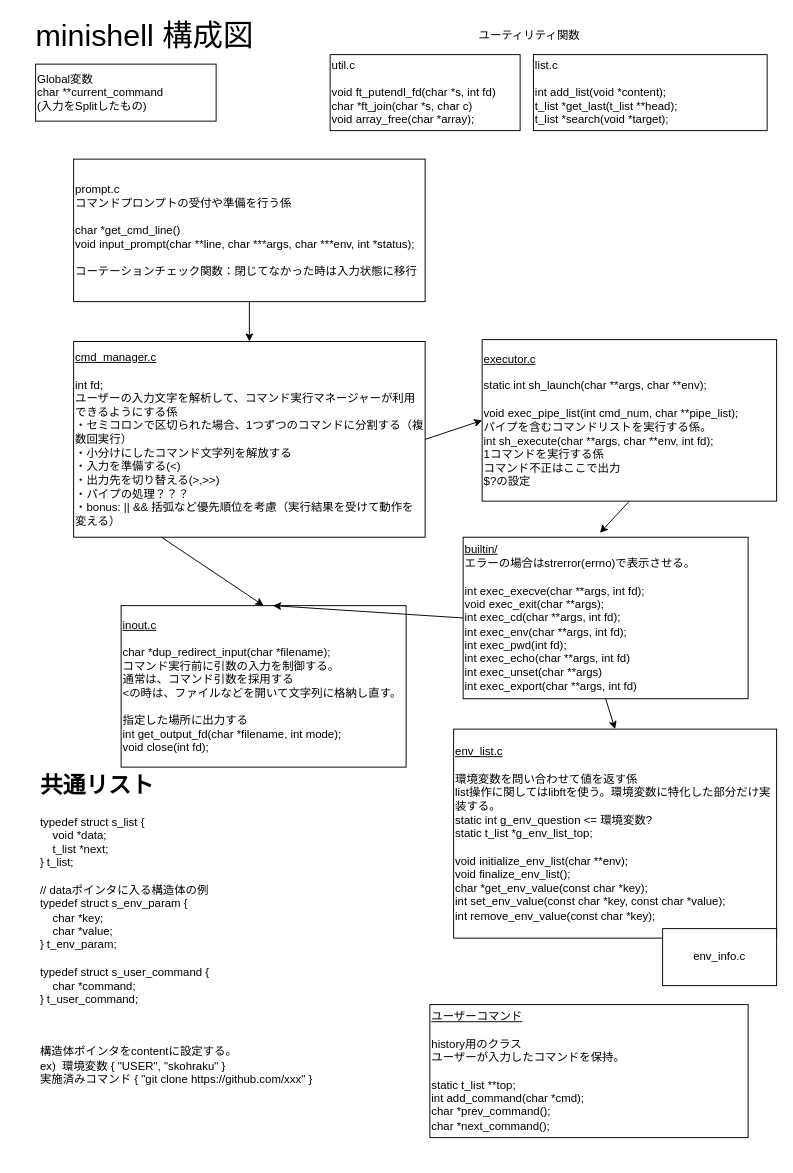
This is page "構成図" (1 of 3) of diagram.drawio from Toshiki-Nakamura/minishell, a draw.io file, before an edit. Source tidied: cells renumbered, new cells numbered last; positions are measured from the earlier drawing's top-left corner, leaving out a move shared by most shapes. Both pictures are drawn from the tidied source at 95%, with x=0, y=0 at pixel (16, 16).
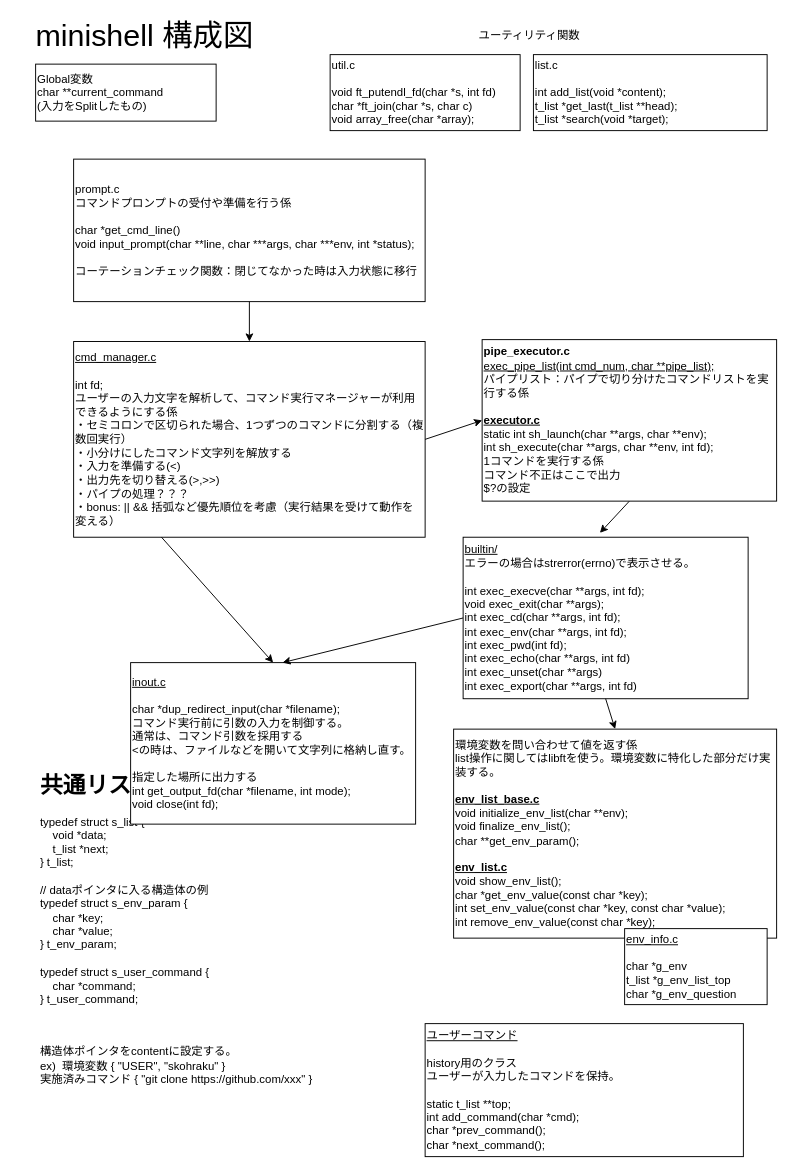
The same diagram, later.

Commit message (it also covers changes not shown here):
add pipe command operation

The edit, as a diff of the source:
```diff
@@
-    <mxCell id="9" value="&lt;u&gt;env_list.c&lt;br&gt;&lt;/u&gt;&lt;br&gt;環境変数を問い合わせて値を返す係&lt;br&gt;list操作に関してはlibftを使う。環境変数に特化した部分だけ実装する。&lt;br&gt;static int g_env_question &amp;lt;= 環境変数?&lt;br&gt;static t_list *g_env_list_top;&lt;br&gt;&lt;br&gt;void initialize_env_list(char **env);&lt;br&gt;void finalize_env_list();&lt;br&gt;char *get_env_value(const char *key);&lt;br&gt;int set_env_value(const char *key, const char *value);&lt;br&gt;int remove_env_value(const char *key);" style="rounded=0;whiteSpace=wrap;html=1;align=left;" parent="1" vertex="1">
+    <mxCell id="9" value="環境変数を問い合わせて値を返す係&lt;br&gt;list操作に関してはlibftを使う。環境変数に特化した部分だけ実装する。&lt;br&gt;&lt;br&gt;&lt;u&gt;&lt;b&gt;env_list_base.c&lt;/b&gt;&lt;/u&gt;&lt;br&gt;void initialize_env_list(char **env);&lt;br&gt;void finalize_env_list();&lt;br&gt;char **get_env_param();&lt;br&gt;&lt;br&gt;&lt;u&gt;&lt;b&gt;env_list.c&lt;/b&gt;&lt;/u&gt;&lt;br&gt;void show_env_list();&lt;br&gt;char *get_env_value(const char *key);&lt;br&gt;int set_env_value(const char *key, const char *value);&lt;br&gt;int remove_env_value(const char *key);" style="rounded=0;whiteSpace=wrap;html=1;align=left;" parent="1" vertex="1">
       <mxGeometry x="460" y="750" width="340" height="220" as="geometry" />
     </mxCell>
@@
     <mxCell id="13" value="&lt;u&gt;inout.c&lt;br&gt;&lt;/u&gt;&lt;br&gt;char *dup_redirect_input(char *filename);&lt;br&gt;コマンド実行前に引数の入力を制御する。&lt;br&gt;通常は、コマンド引数を採用する&lt;br&gt;&amp;lt;の時は、ファイルなどを開いて文字列に格納し直す。&lt;br&gt;&lt;br&gt;指定した場所に出力する&lt;br&gt;int get_output_fd(char *filename, int mode);&lt;br&gt;void close(int fd);" style="whiteSpace=wrap;html=1;align=left;" parent="1" vertex="1">
-      <mxGeometry x="110" y="620" width="300" height="170" as="geometry" />
+      <mxGeometry x="120" y="680" width="300" height="170" as="geometry" />
     </mxCell>
-    <mxCell id="14" value="&lt;u&gt;executor.c&lt;/u&gt;&lt;br&gt;&lt;br&gt;static int sh_launch(char **args, char **env);&lt;br&gt;&lt;br&gt;void exec_pipe_list(int cmd_num, char **pipe_list);&lt;br&gt;パイプを含むコマンドリストを実行する係。&lt;br&gt;int sh_execute(char **args, char **env, int fd);&lt;br&gt;1コマンドを実行する係&lt;br&gt;コマンド不正はここで出力&lt;br&gt;$?の設定" style="whiteSpace=wrap;html=1;align=left;" parent="1" vertex="1">
+    <mxCell id="14" value="&lt;b&gt;pipe_executor.c&lt;/b&gt;&lt;br&gt;&lt;u&gt;exec_pipe_list(int cmd_num, char **pipe_list);&lt;/u&gt;&lt;br&gt;パイプリスト：パイプで切り分けたコマンドリストを実行する係&lt;br&gt;&lt;br&gt;&lt;u&gt;&lt;b&gt;executor.c&lt;/b&gt;&lt;/u&gt;&lt;br&gt;static int sh_launch(char **args, char **env);&lt;br&gt;int sh_execute(char **args, char **env, int fd);&lt;br&gt;1コマンドを実行する係&lt;br&gt;コマンド不正はここで出力&lt;br&gt;$?の設定" style="whiteSpace=wrap;html=1;align=left;" parent="1" vertex="1">
       <mxGeometry x="490" y="340" width="310" height="170" as="geometry" />
     </mxCell>
@@
     <mxCell id="19" value="&lt;u&gt;ユーザーコマンド&lt;/u&gt;&lt;br&gt;&lt;br&gt;history用のクラス&lt;br&gt;ユーザーが入力したコマンドを保持。&lt;br&gt;&lt;br&gt;static t_list **top;&lt;br&gt;int add_command(char *cmd);&lt;br&gt;char *prev_command();&lt;br&gt;char *next_command();" style="whiteSpace=wrap;html=1;align=left;" parent="1" vertex="1">
-      <mxGeometry x="435" y="1040" width="335" height="140" as="geometry" />
+      <mxGeometry x="430" y="1060" width="335" height="140" as="geometry" />
     </mxCell>
-    <mxCell id="20" value="env_info.c" style="rounded=0;whiteSpace=wrap;html=1;" parent="1" vertex="1">
-      <mxGeometry x="680" y="960" width="120" height="60" as="geometry" />
+    <mxCell id="20" value="&lt;u&gt;env_info.c&lt;/u&gt;&lt;br&gt;&lt;br&gt;char *g_env&lt;br&gt;t_list *g_env_list_top&lt;br&gt;char *g_env_question" style="rounded=0;whiteSpace=wrap;html=1;align=left;" parent="1" vertex="1">
+      <mxGeometry x="640" y="960" width="150" height="80" as="geometry" />
     </mxCell>
```
